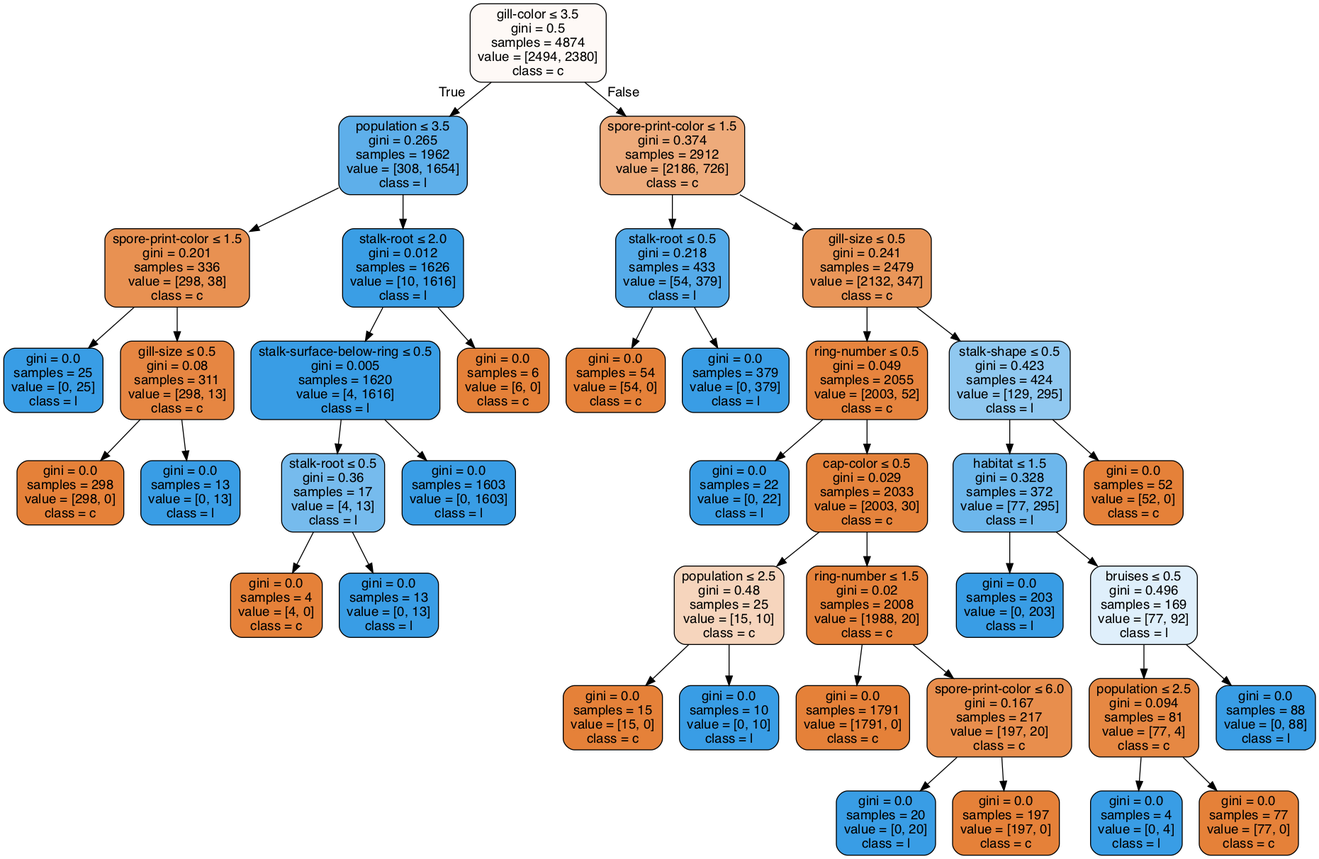
Above: Lab02/clf-60-40.gv.png in anhle199/Intro2AI-HCMUS (Graphviz), before the change. Its source is kept beside it as Lab02/clf-60-40.gv.
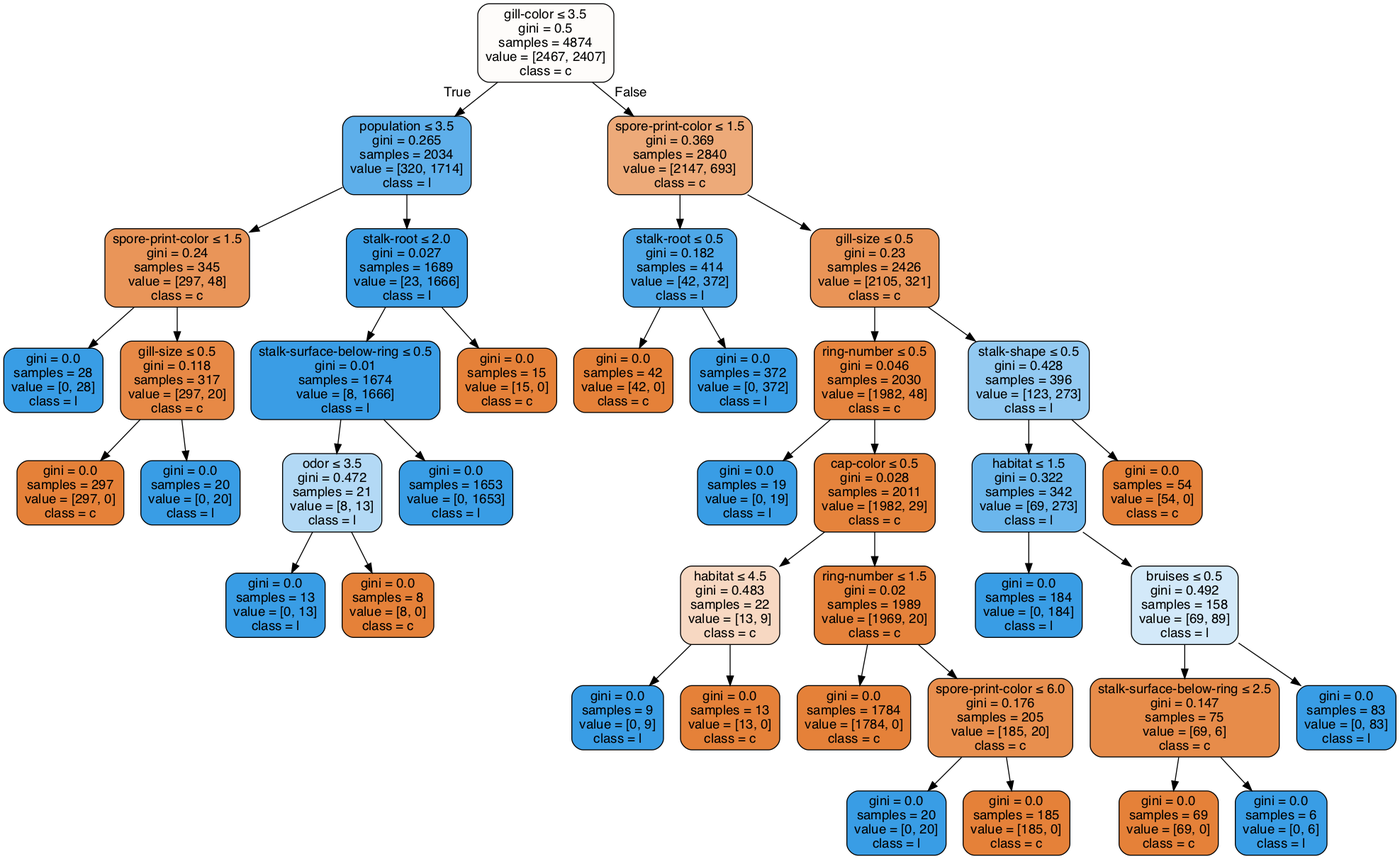
Later version of the same file.

Diff of the diagram source:
```diff
@@ -1,81 +1,81 @@
 digraph Tree {
 node [shape=box, style="filled, rounded", color="black", fontname=helvetica] ;
 edge [fontname=helvetica] ;
-0 [label=<gill-color &le; 3.5<br/>gini = 0.5<br/>samples = 4874<br/>value = [2494, 2380]<br/>class = c>, fillcolor="#fef9f6"] ;
-1 [label=<population &le; 3.5<br/>gini = 0.265<br/>samples = 1962<br/>value = [308, 1654]<br/>class = l>, fillcolor="#5eafea"] ;
+0 [label=<gill-color &le; 3.5<br/>gini = 0.5<br/>samples = 4874<br/>value = [2467, 2407]<br/>class = c>, fillcolor="#fefcfa"] ;
+1 [label=<population &le; 3.5<br/>gini = 0.265<br/>samples = 2034<br/>value = [320, 1714]<br/>class = l>, fillcolor="#5eafea"] ;
 0 -> 1 [labeldistance=2.5, labelangle=45, headlabel="True"] ;
-2 [label=<spore-print-color &le; 1.5<br/>gini = 0.201<br/>samples = 336<br/>value = [298, 38]<br/>class = c>, fillcolor="#e89152"] ;
+2 [label=<spore-print-color &le; 1.5<br/>gini = 0.24<br/>samples = 345<br/>value = [297, 48]<br/>class = c>, fillcolor="#e99559"] ;
 1 -> 2 ;
-3 [label=<gini = 0.0<br/>samples = 25<br/>value = [0, 25]<br/>class = l>, fillcolor="#399de5"] ;
+3 [label=<gini = 0.0<br/>samples = 28<br/>value = [0, 28]<br/>class = l>, fillcolor="#399de5"] ;
 2 -> 3 ;
-4 [label=<gill-size &le; 0.5<br/>gini = 0.08<br/>samples = 311<br/>value = [298, 13]<br/>class = c>, fillcolor="#e68642"] ;
+4 [label=<gill-size &le; 0.5<br/>gini = 0.118<br/>samples = 317<br/>value = [297, 20]<br/>class = c>, fillcolor="#e78946"] ;
 2 -> 4 ;
-5 [label=<gini = 0.0<br/>samples = 298<br/>value = [298, 0]<br/>class = c>, fillcolor="#e58139"] ;
+5 [label=<gini = 0.0<br/>samples = 297<br/>value = [297, 0]<br/>class = c>, fillcolor="#e58139"] ;
 4 -> 5 ;
-6 [label=<gini = 0.0<br/>samples = 13<br/>value = [0, 13]<br/>class = l>, fillcolor="#399de5"] ;
+6 [label=<gini = 0.0<br/>samples = 20<br/>value = [0, 20]<br/>class = l>, fillcolor="#399de5"] ;
 4 -> 6 ;
-7 [label=<stalk-root &le; 2.0<br/>gini = 0.012<br/>samples = 1626<br/>value = [10, 1616]<br/>class = l>, fillcolor="#3a9ee5"] ;
+7 [label=<stalk-root &le; 2.0<br/>gini = 0.027<br/>samples = 1689<br/>value = [23, 1666]<br/>class = l>, fillcolor="#3c9ee5"] ;
 1 -> 7 ;
-8 [label=<stalk-surface-below-ring &le; 0.5<br/>gini = 0.005<br/>samples = 1620<br/>value = [4, 1616]<br/>class = l>, fillcolor="#399de5"] ;
+8 [label=<stalk-surface-below-ring &le; 0.5<br/>gini = 0.01<br/>samples = 1674<br/>value = [8, 1666]<br/>class = l>, fillcolor="#3a9de5"] ;
 7 -> 8 ;
-9 [label=<stalk-root &le; 0.5<br/>gini = 0.36<br/>samples = 17<br/>value = [4, 13]<br/>class = l>, fillcolor="#76bbed"] ;
+9 [label=<odor &le; 3.5<br/>gini = 0.472<br/>samples = 21<br/>value = [8, 13]<br/>class = l>, fillcolor="#b3d9f5"] ;
 8 -> 9 ;
-10 [label=<gini = 0.0<br/>samples = 4<br/>value = [4, 0]<br/>class = c>, fillcolor="#e58139"] ;
+10 [label=<gini = 0.0<br/>samples = 13<br/>value = [0, 13]<br/>class = l>, fillcolor="#399de5"] ;
 9 -> 10 ;
-11 [label=<gini = 0.0<br/>samples = 13<br/>value = [0, 13]<br/>class = l>, fillcolor="#399de5"] ;
+11 [label=<gini = 0.0<br/>samples = 8<br/>value = [8, 0]<br/>class = c>, fillcolor="#e58139"] ;
 9 -> 11 ;
-12 [label=<gini = 0.0<br/>samples = 1603<br/>value = [0, 1603]<br/>class = l>, fillcolor="#399de5"] ;
+12 [label=<gini = 0.0<br/>samples = 1653<br/>value = [0, 1653]<br/>class = l>, fillcolor="#399de5"] ;
 8 -> 12 ;
-13 [label=<gini = 0.0<br/>samples = 6<br/>value = [6, 0]<br/>class = c>, fillcolor="#e58139"] ;
+13 [label=<gini = 0.0<br/>samples = 15<br/>value = [15, 0]<br/>class = c>, fillcolor="#e58139"] ;
 7 -> 13 ;
-14 [label=<spore-print-color &le; 1.5<br/>gini = 0.374<br/>samples = 2912<br/>value = [2186, 726]<br/>class = c>, fillcolor="#eeab7b"] ;
+14 [label=<spore-print-color &le; 1.5<br/>gini = 0.369<br/>samples = 2840<br/>value = [2147, 693]<br/>class = c>, fillcolor="#edaa79"] ;
 0 -> 14 [labeldistance=2.5, labelangle=-45, headlabel="False"] ;
-15 [label=<stalk-root &le; 0.5<br/>gini = 0.218<br/>samples = 433<br/>value = [54, 379]<br/>class = l>, fillcolor="#55abe9"] ;
+15 [label=<stalk-root &le; 0.5<br/>gini = 0.182<br/>samples = 414<br/>value = [42, 372]<br/>class = l>, fillcolor="#4fa8e8"] ;
 14 -> 15 ;
-16 [label=<gini = 0.0<br/>samples = 54<br/>value = [54, 0]<br/>class = c>, fillcolor="#e58139"] ;
+16 [label=<gini = 0.0<br/>samples = 42<br/>value = [42, 0]<br/>class = c>, fillcolor="#e58139"] ;
 15 -> 16 ;
-17 [label=<gini = 0.0<br/>samples = 379<br/>value = [0, 379]<br/>class = l>, fillcolor="#399de5"] ;
+17 [label=<gini = 0.0<br/>samples = 372<br/>value = [0, 372]<br/>class = l>, fillcolor="#399de5"] ;
 15 -> 17 ;
-18 [label=<gill-size &le; 0.5<br/>gini = 0.241<br/>samples = 2479<br/>value = [2132, 347]<br/>class = c>, fillcolor="#e99659"] ;
+18 [label=<gill-size &le; 0.5<br/>gini = 0.23<br/>samples = 2426<br/>value = [2105, 321]<br/>class = c>, fillcolor="#e99457"] ;
 14 -> 18 ;
-19 [label=<ring-number &le; 0.5<br/>gini = 0.049<br/>samples = 2055<br/>value = [2003, 52]<br/>class = c>, fillcolor="#e6843e"] ;
+19 [label=<ring-number &le; 0.5<br/>gini = 0.046<br/>samples = 2030<br/>value = [1982, 48]<br/>class = c>, fillcolor="#e6843e"] ;
 18 -> 19 ;
-20 [label=<gini = 0.0<br/>samples = 22<br/>value = [0, 22]<br/>class = l>, fillcolor="#399de5"] ;
+20 [label=<gini = 0.0<br/>samples = 19<br/>value = [0, 19]<br/>class = l>, fillcolor="#399de5"] ;
 19 -> 20 ;
-21 [label=<cap-color &le; 0.5<br/>gini = 0.029<br/>samples = 2033<br/>value = [2003, 30]<br/>class = c>, fillcolor="#e5833c"] ;
+21 [label=<cap-color &le; 0.5<br/>gini = 0.028<br/>samples = 2011<br/>value = [1982, 29]<br/>class = c>, fillcolor="#e5833c"] ;
 19 -> 21 ;
-22 [label=<population &le; 2.5<br/>gini = 0.48<br/>samples = 25<br/>value = [15, 10]<br/>class = c>, fillcolor="#f6d5bd"] ;
+22 [label=<habitat &le; 4.5<br/>gini = 0.483<br/>samples = 22<br/>value = [13, 9]<br/>class = c>, fillcolor="#f7d8c2"] ;
 21 -> 22 ;
-23 [label=<gini = 0.0<br/>samples = 15<br/>value = [15, 0]<br/>class = c>, fillcolor="#e58139"] ;
+23 [label=<gini = 0.0<br/>samples = 9<br/>value = [0, 9]<br/>class = l>, fillcolor="#399de5"] ;
 22 -> 23 ;
-24 [label=<gini = 0.0<br/>samples = 10<br/>value = [0, 10]<br/>class = l>, fillcolor="#399de5"] ;
+24 [label=<gini = 0.0<br/>samples = 13<br/>value = [13, 0]<br/>class = c>, fillcolor="#e58139"] ;
 22 -> 24 ;
-25 [label=<ring-number &le; 1.5<br/>gini = 0.02<br/>samples = 2008<br/>value = [1988, 20]<br/>class = c>, fillcolor="#e5823b"] ;
+25 [label=<ring-number &le; 1.5<br/>gini = 0.02<br/>samples = 1989<br/>value = [1969, 20]<br/>class = c>, fillcolor="#e5823b"] ;
 21 -> 25 ;
-26 [label=<gini = 0.0<br/>samples = 1791<br/>value = [1791, 0]<br/>class = c>, fillcolor="#e58139"] ;
+26 [label=<gini = 0.0<br/>samples = 1784<br/>value = [1784, 0]<br/>class = c>, fillcolor="#e58139"] ;
 25 -> 26 ;
-27 [label=<spore-print-color &le; 6.0<br/>gini = 0.167<br/>samples = 217<br/>value = [197, 20]<br/>class = c>, fillcolor="#e88e4d"] ;
+27 [label=<spore-print-color &le; 6.0<br/>gini = 0.176<br/>samples = 205<br/>value = [185, 20]<br/>class = c>, fillcolor="#e88f4e"] ;
 25 -> 27 ;
 28 [label=<gini = 0.0<br/>samples = 20<br/>value = [0, 20]<br/>class = l>, fillcolor="#399de5"] ;
 27 -> 28 ;
-29 [label=<gini = 0.0<br/>samples = 197<br/>value = [197, 0]<br/>class = c>, fillcolor="#e58139"] ;
+29 [label=<gini = 0.0<br/>samples = 185<br/>value = [185, 0]<br/>class = c>, fillcolor="#e58139"] ;
 27 -> 29 ;
-30 [label=<stalk-shape &le; 0.5<br/>gini = 0.423<br/>samples = 424<br/>value = [129, 295]<br/>class = l>, fillcolor="#90c8f0"] ;
+30 [label=<stalk-shape &le; 0.5<br/>gini = 0.428<br/>samples = 396<br/>value = [123, 273]<br/>class = l>, fillcolor="#92c9f1"] ;
 18 -> 30 ;
-31 [label=<habitat &le; 1.5<br/>gini = 0.328<br/>samples = 372<br/>value = [77, 295]<br/>class = l>, fillcolor="#6db7ec"] ;
+31 [label=<habitat &le; 1.5<br/>gini = 0.322<br/>samples = 342<br/>value = [69, 273]<br/>class = l>, fillcolor="#6bb6ec"] ;
 30 -> 31 ;
-32 [label=<gini = 0.0<br/>samples = 203<br/>value = [0, 203]<br/>class = l>, fillcolor="#399de5"] ;
+32 [label=<gini = 0.0<br/>samples = 184<br/>value = [0, 184]<br/>class = l>, fillcolor="#399de5"] ;
 31 -> 32 ;
-33 [label=<bruises &le; 0.5<br/>gini = 0.496<br/>samples = 169<br/>value = [77, 92]<br/>class = l>, fillcolor="#dfeffb"] ;
+33 [label=<bruises &le; 0.5<br/>gini = 0.492<br/>samples = 158<br/>value = [69, 89]<br/>class = l>, fillcolor="#d3e9f9"] ;
 31 -> 33 ;
-34 [label=<population &le; 2.5<br/>gini = 0.094<br/>samples = 81<br/>value = [77, 4]<br/>class = c>, fillcolor="#e68843"] ;
+34 [label=<stalk-surface-below-ring &le; 2.5<br/>gini = 0.147<br/>samples = 75<br/>value = [69, 6]<br/>class = c>, fillcolor="#e78c4a"] ;
 33 -> 34 ;
-35 [label=<gini = 0.0<br/>samples = 4<br/>value = [0, 4]<br/>class = l>, fillcolor="#399de5"] ;
+35 [label=<gini = 0.0<br/>samples = 69<br/>value = [69, 0]<br/>class = c>, fillcolor="#e58139"] ;
 34 -> 35 ;
-36 [label=<gini = 0.0<br/>samples = 77<br/>value = [77, 0]<br/>class = c>, fillcolor="#e58139"] ;
+36 [label=<gini = 0.0<br/>samples = 6<br/>value = [0, 6]<br/>class = l>, fillcolor="#399de5"] ;
 34 -> 36 ;
-37 [label=<gini = 0.0<br/>samples = 88<br/>value = [0, 88]<br/>class = l>, fillcolor="#399de5"] ;
+37 [label=<gini = 0.0<br/>samples = 83<br/>value = [0, 83]<br/>class = l>, fillcolor="#399de5"] ;
 33 -> 37 ;
-38 [label=<gini = 0.0<br/>samples = 52<br/>value = [52, 0]<br/>class = c>, fillcolor="#e58139"] ;
+38 [label=<gini = 0.0<br/>samples = 54<br/>value = [54, 0]<br/>class = c>, fillcolor="#e58139"] ;
 30 -> 38 ;
 }
```
